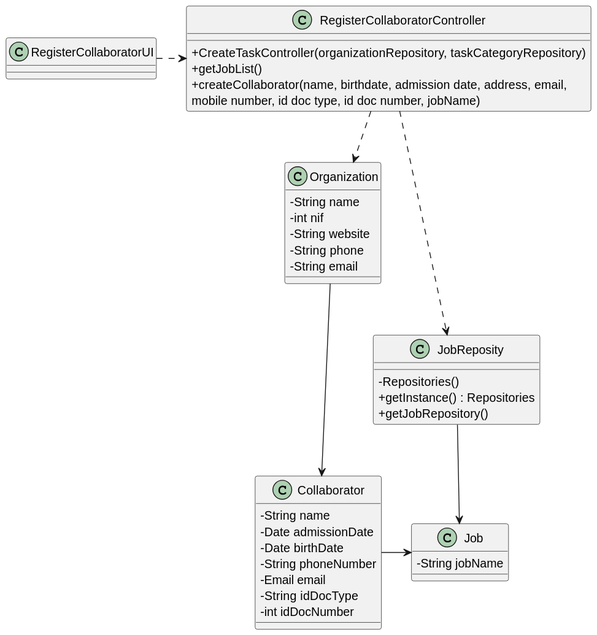
This is docs/sprintB/us003/03.design/svg/us003-class-diagram.svg from Rui-San/LAPR2_2023_2024, a PlantUML export, as it was before one commit.
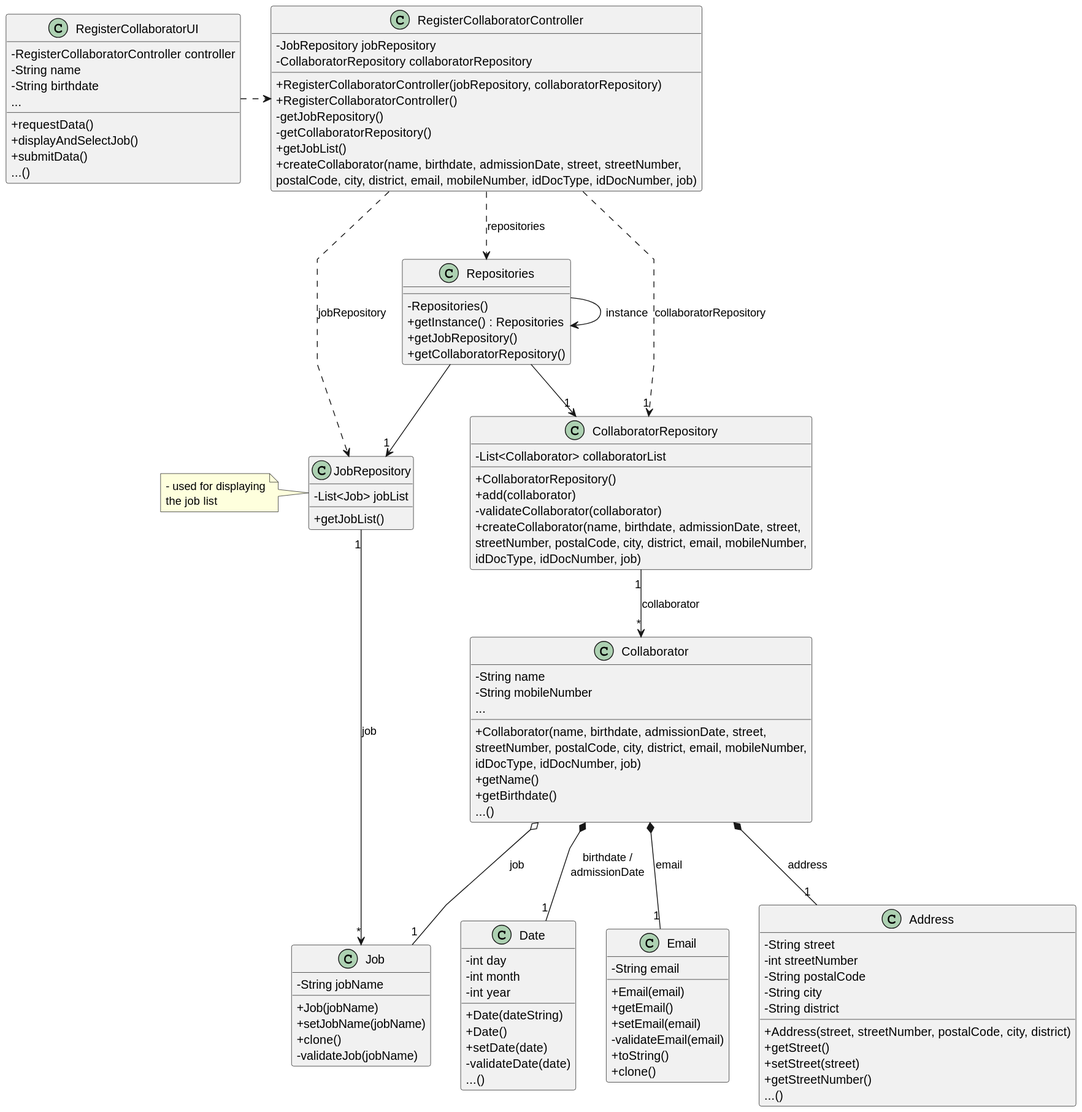
The same diagram one commit later.

Change to the diagram source:
```diff
@@ -8,45 +8,126 @@
 
 class Collaborator {
      - String name
-     - Date admissionDate
-     - Date birthDate
-     - String phoneNumber
-     - Email email
-     - String idDocType
-     - int idDocNumber
+     - String mobileNumber
+     ...
+
+     + Collaborator(name, birthdate, admissionDate, street,\nstreetNumber, postalCode, city, district, email, mobileNumber,\nidDocType, idDocNumber, job)
+     + getName()
+     + getBirthdate()
+     ...()
+
 }
 
 class Job {
     - String jobName
+
+    + Job(jobName)
+    + setJobName(jobName)
+    + clone()
+    - validateJob(jobName)
+
 }
 
-class Organization {
-    - String name
-    - int nif
-    - String website
-    - String phone
-    - String email
+class Date {
+    - int day
+    - int month
+    - int year
+
+    + Date(dateString)
+    + Date()
+    + setDate(date)
+    - validateDate(date)
+    ...()
 }
 
-class JobReposity {
+class CollaboratorRepository{
+    - List<Collaborator> collaboratorList
+
+    + CollaboratorRepository()
+    + add(collaborator)
+    - validateCollaborator(collaborator)
+    + createCollaborator(name, birthdate, admissionDate, street,\nstreetNumber, postalCode, city, district, email, mobileNumber,\nidDocType, idDocNumber, job)
+}
+
+class JobRepository {
+    - List<Job> jobList
+
+    + getJobList()
+}
+
+class Repositories {
     - Repositories()
     + getInstance() : Repositories
     + getJobRepository()
+    + getCollaboratorRepository()
 }
 
+note left of JobRepository
+    - used for displaying
+    the job list
+end note
+
 class RegisterCollaboratorController {
-    + CreateTaskController(organizationRepository, taskCategoryRepository)
+    - JobRepository jobRepository
+    - CollaboratorRepository collaboratorRepository
+
+    + RegisterCollaboratorController(jobRepository, collaboratorRepository)
+    + RegisterCollaboratorController()
+    - getJobRepository()
+    - getCollaboratorRepository()
     + getJobList()
-    + createCollaborator(name, birthdate, admission date, address, email,\nmobile number, id doc type, id doc number, jobName)
+    + createCollaborator(name, birthdate, admissionDate, street, streetNumber,\npostalCode, city, district, email, mobileNumber, idDocType, idDocNumber, job)
+
 }
 
 class RegisterCollaboratorUI {
+    - RegisterCollaboratorController controller
+    - String name
+    - String birthdate
+    ...
+
+    + requestData()
+    + displayAndSelectJob()
+    + submitData()
+    ...()
 }
 
-RegisterCollaboratorUI -right.-> RegisterCollaboratorController
-RegisterCollaboratorController -.> Organization
-Organization -down-> Collaborator
-RegisterCollaboratorController -.-> JobReposity
-JobReposity --> Job
-Collaborator -> Job
+class Email{
+    - String email
+
+    + Email(email)
+    + getEmail()
+    + setEmail(email)
+    - validateEmail(email)
+    + toString()
+    + clone()
+}
+
+class Address{
+    - String street
+    - int streetNumber
+    - String postalCode
+    - String city
+    - String district
+
+    + Address(street, streetNumber, postalCode, city, district)
+    + getStreet()
+    + setStreet(street)
+    + getStreetNumber()
+    ...()
+}
+
+RegisterCollaboratorUI .right.> RegisterCollaboratorController
+RegisterCollaboratorController ..> "1" CollaboratorRepository : collaboratorRepository
+CollaboratorRepository "1"-down-> "*" Collaborator : collaborator
+RegisterCollaboratorController ..> JobRepository : jobRepository
+JobRepository "1"-->"*" Job : job
+Collaborator o-- "1" Job : job
+Collaborator *--"1" Email : email
+Collaborator *--"1" Address : address
+Collaborator *--"1" Date : birthdate /\nadmissionDate
+RegisterCollaboratorController ..> Repositories : repositories
+Repositories --> "1" JobRepository
+Repositories --> "1" CollaboratorRepository
+Repositories -> Repositories : instance
 @enduml
```
